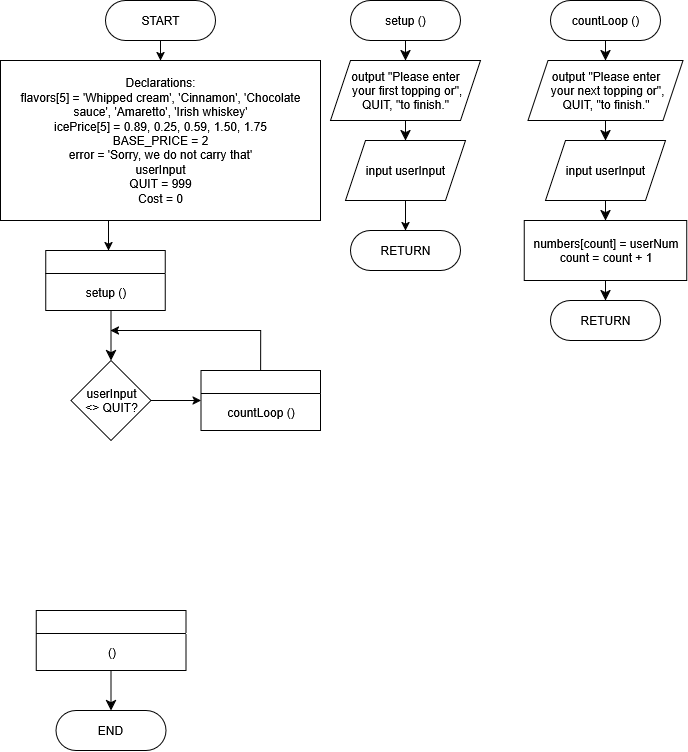
Before: Module 7 - Arrays Exercise 2 - Connor Bowles.drawio.png, a diagram exported from draw.io (CBowles10/SDEV_120_FALL2025_CBOWLES). Source tidied: cells renumbered, new cells last; positions are measured from the earlier drawing's top-left corner, leaving out a move shared by most shapes.
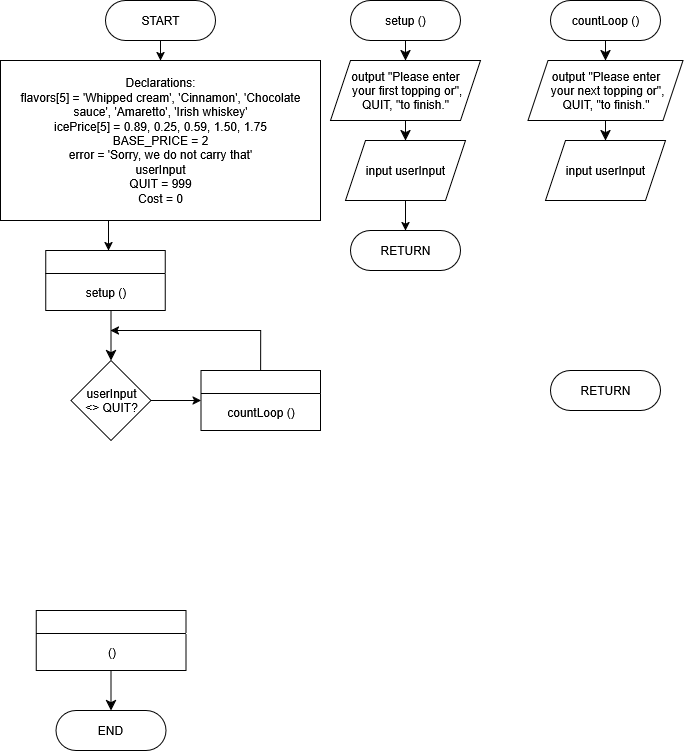
Later version of the same file.

Diff of the diagram source:
```diff
@@ -93,23 +93,17 @@
     <mxCell id="28" value="output &quot;Please enter&lt;br&gt;&amp;nbsp;your next topping or&quot;,&lt;br&gt;QUIT, &quot;to finish.&quot;" style="shape=parallelogram;perimeter=parallelogramPerimeter;whiteSpace=wrap;html=1;fixedSize=1;" parent="1" vertex="1">
       <mxGeometry x="527.5" y="60" width="155" height="60" as="geometry" />
     </mxCell>
-    <mxCell id="29" style="edgeStyle=none;curved=1;rounded=0;jettySize=auto;html=1;exitX=0.5;exitY=1;exitDx=0;exitDy=0;entryX=0.5;entryY=0;entryDx=0;entryDy=0;fontSize=12;startSize=8;endSize=8;" parent="1" edge="1" source="30" target="32">
-      <mxGeometry relative="1" as="geometry" />
-    </mxCell>
     <mxCell id="30" value="input userInput" style="shape=parallelogram;perimeter=parallelogramPerimeter;whiteSpace=wrap;html=1;fixedSize=1;" parent="1" vertex="1">
       <mxGeometry x="545" y="140" width="120" height="60" as="geometry" />
     </mxCell>
-    <mxCell id="31" style="edgeStyle=none;curved=1;rounded=0;jettySize=auto;html=1;exitX=0.5;exitY=1;exitDx=0;exitDy=0;entryX=0.5;entryY=0;entryDx=0;entryDy=0;fontSize=12;startSize=8;endSize=8;" parent="1" edge="1" source="32" target="34">
-      <mxGeometry relative="1" as="geometry" />
-    </mxCell>
-    <mxCell id="32" value="numbers[count] = userNum&lt;br&gt;count = count + 1" style="rounded=0;whiteSpace=wrap;html=1;" parent="1" vertex="1">
-      <mxGeometry x="523.8" y="220" width="162.5" height="60" as="geometry" />
-    </mxCell>
-    <mxCell id="33" style="edgeStyle=none;curved=1;rounded=0;orthogonalLoop=1;jettySize=auto;html=1;entryX=0.5;entryY=0;entryDx=0;entryDy=0;fontSize=12;startSize=8;endSize=8;" parent="1" edge="1" source="32" target="32">
-      <mxGeometry relative="1" as="geometry" />
+    <mxCell id="33" style="edgeStyle=none;curved=1;rounded=0;orthogonalLoop=1;jettySize=auto;html=1;entryX=0.5;entryY=0;entryDx=0;entryDy=0;fontSize=12;startSize=8;endSize=8;" parent="1" edge="1">
+      <mxGeometry relative="1" as="geometry">
+        <mxPoint x="605" y="220" as="sourcePoint" />
+        <mxPoint x="605" y="220" as="targetPoint" />
+      </mxGeometry>
     </mxCell>
     <mxCell id="34" value="RETURN" style="rounded=1;whiteSpace=wrap;html=1;arcSize=50;" parent="1" vertex="1">
-      <mxGeometry x="550" y="300" width="110" height="40" as="geometry" />
+      <mxGeometry x="550" y="370" width="110" height="40" as="geometry" />
     </mxCell>
   </root>
 </mxGraphModel>
```
